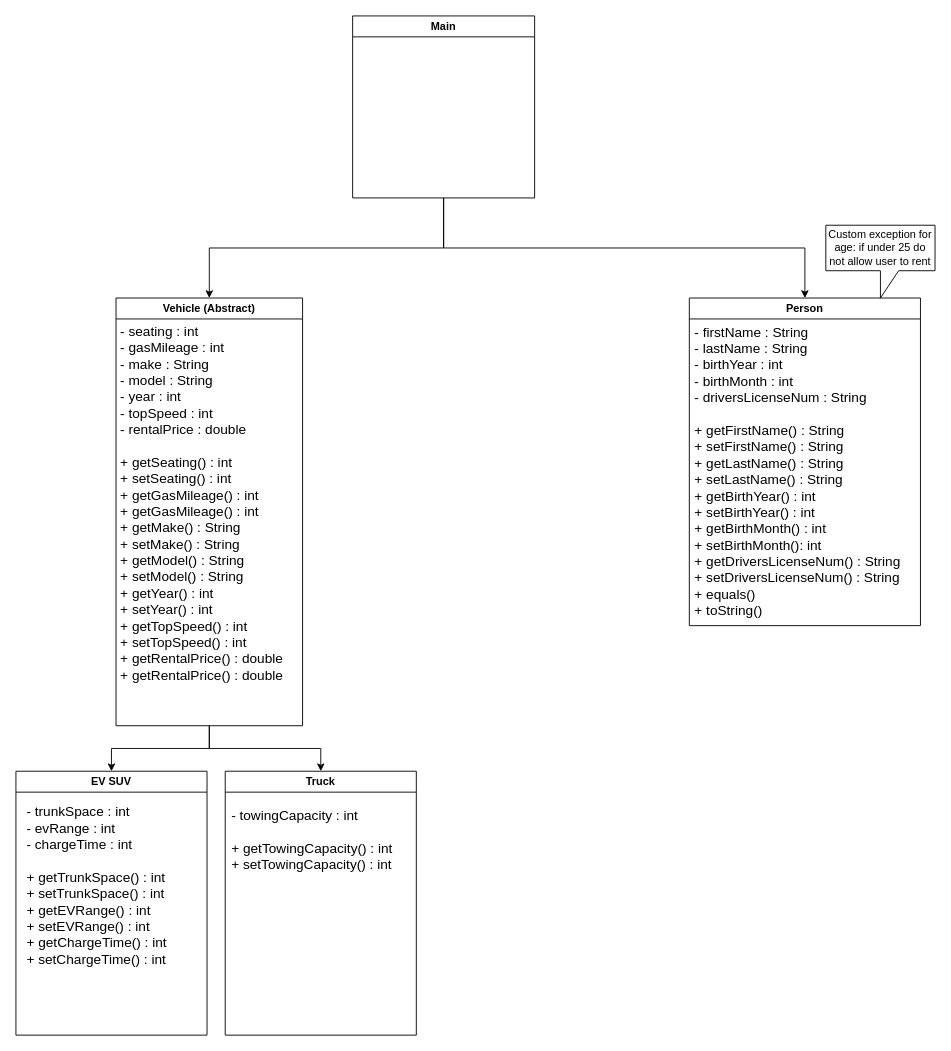
Above: UML UD1.drawio in CS112-2564-Fall2024/ud1-usb-4-0 (draw.io), before the change. Source tidied: cells renumbered, new cells numbered last; positions are measured from the earlier drawing's top-left corner, leaving out a move shared by most shapes. Both pictures are drawn from the tidied source at 91%, with x=0, y=0 at pixel (15, 15).
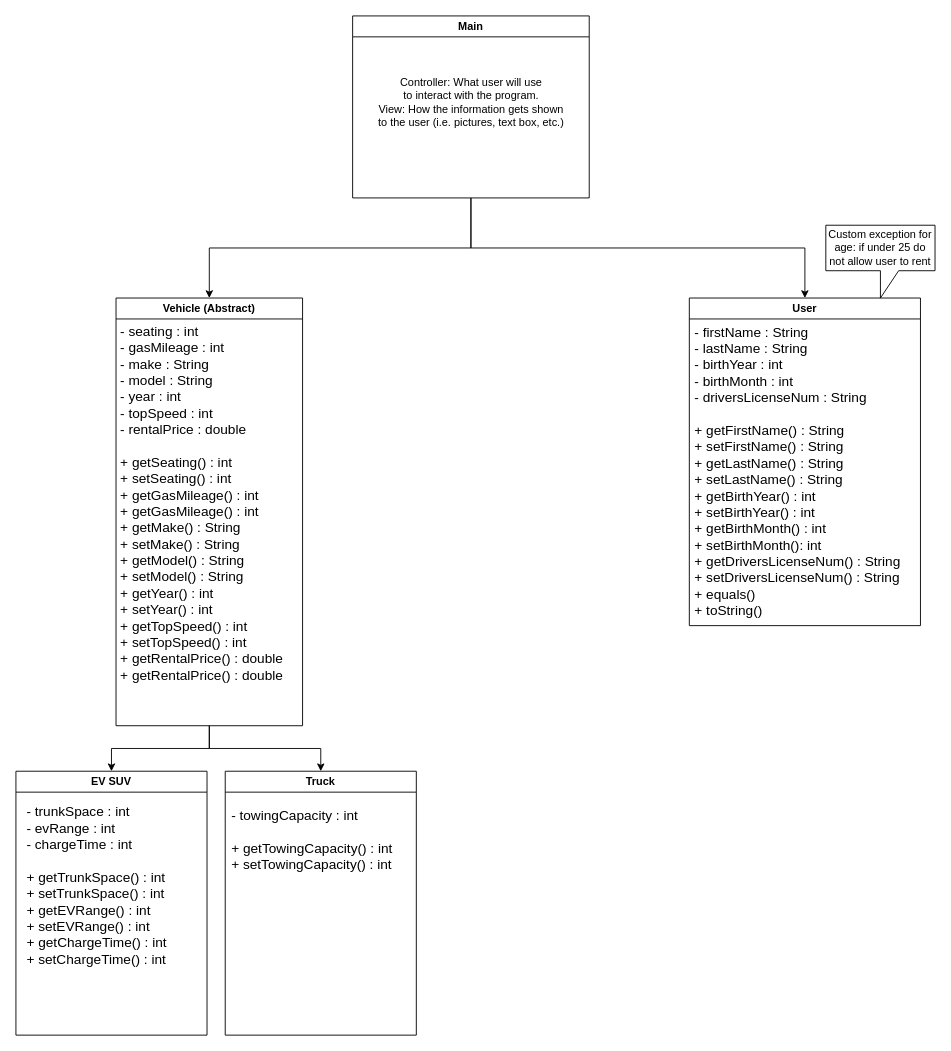
Above is the later version.

What changed in the source:
```diff
@@
 <mxGraphModel>
   <root>
     <mxCell id="0" />
     <mxCell id="1" parent="0" />
     <mxCell id="2" style="edgeStyle=orthogonalEdgeStyle;rounded=0;jettySize=auto;html=1;entryX=0.5;entryY=0;entryDx=0;entryDy=0;" parent="1" edge="1" source="4" target="10">
       <mxGeometry relative="1" as="geometry" />
     </mxCell>
     <mxCell id="3" style="edgeStyle=orthogonalEdgeStyle;rounded=0;jettySize=auto;html=1;entryX=0.5;entryY=0;entryDx=0;entryDy=0;exitX=0.5;exitY=1;exitDx=0;exitDy=0;" parent="1" edge="1" source="4" target="8">
       <mxGeometry relative="1" as="geometry" />
     </mxCell>
     <mxCell id="4" value="Vehicle (Abstract)" style="swimlane;whiteSpace=wrap;html=1;" parent="1" vertex="1">
       <mxGeometry x="110" y="310" width="205" height="470" as="geometry" />
     </mxCell>
     <mxCell id="5" value="&lt;font style=&quot;font-size: 15px;&quot;&gt;- seating : int&lt;/font&gt;&lt;div style=&quot;font-size: 15px;&quot;&gt;&lt;font style=&quot;font-size: 15px;&quot;&gt;- gasMileage : int&lt;/font&gt;&lt;/div&gt;&lt;div style=&quot;font-size: 15px;&quot;&gt;&lt;font style=&quot;font-size: 15px;&quot;&gt;- make : String&lt;/font&gt;&lt;/div&gt;&lt;div style=&quot;font-size: 15px;&quot;&gt;&lt;font style=&quot;font-size: 15px;&quot;&gt;- model : String&lt;/font&gt;&lt;/div&gt;&lt;div style=&quot;font-size: 15px;&quot;&gt;&lt;font style=&quot;font-size: 15px;&quot;&gt;- year : int&lt;/font&gt;&lt;/div&gt;&lt;div style=&quot;font-size: 15px;&quot;&gt;&lt;font style=&quot;font-size: 15px;&quot;&gt;- topSpeed : int&lt;/font&gt;&lt;/div&gt;&lt;div style=&quot;font-size: 15px;&quot;&gt;&lt;font style=&quot;font-size: 15px;&quot;&gt;- rentalPrice : double&lt;/font&gt;&lt;/div&gt;&lt;div style=&quot;font-size: 15px;&quot;&gt;&lt;font style=&quot;font-size: 15px;&quot;&gt;&lt;br&gt;&lt;/font&gt;&lt;/div&gt;&lt;div style=&quot;font-size: 15px;&quot;&gt;&lt;font style=&quot;font-size: 15px;&quot;&gt;&lt;div&gt;+ getSeating() : int&lt;/div&gt;&lt;div&gt;+ setSeating() : int&lt;/div&gt;&lt;div&gt;+ getGasMileage() : int&lt;/div&gt;&lt;div&gt;+ getGasMileage() : int&lt;/div&gt;&lt;div&gt;+ getMake() : String&lt;/div&gt;&lt;div&gt;+ setMake() : String&lt;/div&gt;&lt;div&gt;+ getModel() : String&lt;/div&gt;&lt;div&gt;+ setModel() : String&lt;/div&gt;&lt;div&gt;+ getYear() :&amp;nbsp;int&lt;/div&gt;&lt;div&gt;+ setYear() : int&lt;/div&gt;&lt;div&gt;+ getTopSpeed() : int&lt;/div&gt;&lt;div&gt;+ setTopSpeed() : int&lt;/div&gt;&lt;div&gt;+ getRentalPrice() : double&lt;/div&gt;&lt;div&gt;+ getRentalPrice() : double&lt;/div&gt;&lt;/font&gt;&lt;/div&gt;" style="text;html=1;align=left;verticalAlign=middle;strokeColor=none;fillColor=none;" parent="4" vertex="1">
       <mxGeometry x="2.5" y="20" width="200" height="410" as="geometry" />
     </mxCell>
-    <mxCell id="6" value="Person" style="swimlane;whiteSpace=wrap;html=1;" parent="1" vertex="1">
+    <mxCell id="6" value="User" style="swimlane;whiteSpace=wrap;html=1;" parent="1" vertex="1">
       <mxGeometry x="740" y="310" width="254" height="360" as="geometry" />
     </mxCell>
     <mxCell id="7" value="&lt;span style=&quot;font-size: 15px;&quot;&gt;- firstName : String&lt;/span&gt;&lt;div&gt;&lt;span style=&quot;font-size: 15px;&quot;&gt;- lastName : String&lt;/span&gt;&lt;/div&gt;&lt;div&gt;&lt;span style=&quot;font-size: 15px;&quot;&gt;- birthYear : int&lt;/span&gt;&lt;/div&gt;&lt;div&gt;&lt;span style=&quot;font-size: 15px;&quot;&gt;- birthMonth : int&lt;/span&gt;&lt;/div&gt;&lt;div&gt;&lt;span style=&quot;font-size: 15px; background-color: initial;&quot;&gt;- driversLicenseNum : String&lt;/span&gt;&lt;/div&gt;&lt;div&gt;&lt;span style=&quot;font-size: 15px;&quot;&gt;&lt;br&gt;&lt;/span&gt;&lt;/div&gt;&lt;div&gt;&lt;span style=&quot;font-size: 15px;&quot;&gt;+ getFirstName() : String&lt;/span&gt;&lt;/div&gt;&lt;div&gt;&lt;span style=&quot;font-size: 15px;&quot;&gt;+ setFirstName() : String&lt;/span&gt;&lt;/div&gt;&lt;div&gt;&lt;span style=&quot;font-size: 15px;&quot;&gt;+ getLastName() : String&lt;/span&gt;&lt;/div&gt;&lt;div&gt;&lt;span style=&quot;font-size: 15px;&quot;&gt;+ setLastName() : String&lt;/span&gt;&lt;/div&gt;&lt;div&gt;&lt;span style=&quot;font-size: 15px;&quot;&gt;+ getBirthYear() : int&lt;/span&gt;&lt;/div&gt;&lt;div&gt;&lt;span style=&quot;font-size: 15px;&quot;&gt;+ setBirthYear() : int&lt;/span&gt;&lt;/div&gt;&lt;div&gt;&lt;span style=&quot;font-size: 15px;&quot;&gt;+ getBirthMonth() : int&lt;/span&gt;&lt;/div&gt;&lt;div&gt;&lt;span style=&quot;font-size: 15px;&quot;&gt;+ setBirthMonth(): int&lt;/span&gt;&lt;/div&gt;&lt;div&gt;&lt;span style=&quot;font-size: 15px;&quot;&gt;+ getDriversLicenseNum() : String&lt;/span&gt;&lt;/div&gt;&lt;div&gt;&lt;span style=&quot;font-size: 15px;&quot;&gt;+ setDriversLicenseNum() : String&lt;/span&gt;&lt;/div&gt;&lt;div&gt;&lt;span style=&quot;font-size: 15px;&quot;&gt;+ equals()&lt;/span&gt;&lt;/div&gt;&lt;div&gt;&lt;span style=&quot;font-size: 15px;&quot;&gt;+ toString()&lt;/span&gt;&lt;/div&gt;" style="text;html=1;align=left;verticalAlign=middle;strokeColor=none;fillColor=none;" parent="6" vertex="1">
       <mxGeometry x="4" y="20" width="250" height="340" as="geometry" />
     </mxCell>
     <mxCell id="8" value="Truck" style="swimlane;whiteSpace=wrap;html=1;" parent="1" vertex="1">
       <mxGeometry x="230" y="830" width="210" height="290" as="geometry" />
     </mxCell>
     <mxCell id="9" value="&lt;div style=&quot;font-size: 15px;&quot;&gt;- towingCapacity : int&lt;/div&gt;&lt;div style=&quot;font-size: 15px;&quot;&gt;&lt;br&gt;&lt;/div&gt;&lt;div style=&quot;font-size: 15px;&quot;&gt;+ getTowingCapacity() : int&lt;/div&gt;&lt;div style=&quot;font-size: 15px;&quot;&gt;+ setTowingCapacity() : int&lt;/div&gt;" style="text;html=1;align=left;verticalAlign=middle;strokeColor=none;fillColor=none;" parent="8" vertex="1">
       <mxGeometry x="4.5" y="30" width="200" height="90" as="geometry" />
     </mxCell>
     <mxCell id="10" value="EV SUV" style="swimlane;whiteSpace=wrap;html=1;" parent="1" vertex="1">
       <mxGeometry y="830" width="210" height="290" as="geometry" />
     </mxCell>
     <mxCell id="11" value="&lt;div style=&quot;font-size: 15px;&quot;&gt;- trunkSpace : int&lt;/div&gt;&lt;div style=&quot;font-size: 15px;&quot;&gt;&lt;div&gt;- evRange : int&lt;/div&gt;&lt;div&gt;- chargeTime : int&lt;/div&gt;&lt;div&gt;&lt;br&gt;&lt;/div&gt;&lt;div&gt;+ getTrunkSpace() : int&lt;/div&gt;&lt;div&gt;+ setTrunkSpace() : int&lt;/div&gt;&lt;div&gt;+ getEVRange() : int&lt;/div&gt;&lt;div&gt;+ setEVRange() : int&lt;/div&gt;&lt;div&gt;+ getChargeTime() : int&lt;/div&gt;&lt;div&gt;+ setChargeTime() : int&lt;/div&gt;&lt;/div&gt;" style="text;html=1;align=left;verticalAlign=middle;strokeColor=none;fillColor=none;" parent="10" vertex="1">
       <mxGeometry x="10" y="30" width="180" height="190" as="geometry" />
     </mxCell>
     <mxCell id="12" style="edgeStyle=orthogonalEdgeStyle;rounded=0;jettySize=auto;html=1;entryX=0.5;entryY=0;entryDx=0;entryDy=0;exitX=0.5;exitY=1;exitDx=0;exitDy=0;" parent="1" edge="1" source="14" target="4">
       <mxGeometry relative="1" as="geometry" />
     </mxCell>
     <mxCell id="13" style="edgeStyle=orthogonalEdgeStyle;rounded=0;jettySize=auto;html=1;entryX=0.5;entryY=0;entryDx=0;entryDy=0;exitX=0.5;exitY=1;exitDx=0;exitDy=0;" parent="1" edge="1" source="14" target="6">
       <mxGeometry relative="1" as="geometry" />
     </mxCell>
     <mxCell id="14" value="Main" style="swimlane;whiteSpace=wrap;html=1;" parent="1" vertex="1">
-      <mxGeometry x="370" width="200" height="200" as="geometry" />
+      <mxGeometry x="370" width="260" height="200" as="geometry" />
     </mxCell>
+    <mxCell id="16" value="Controller: What user will use&lt;div&gt;to&amp;nbsp;&lt;span style=&quot;background-color: initial;&quot;&gt;interact with the program.&lt;/span&gt;&lt;div&gt;&lt;div&gt;&lt;div&gt;&lt;div&gt;&lt;div&gt;View: How the information gets shown&lt;/div&gt;&lt;div&gt;to the user (i.e. pictures, text box, etc.)&lt;/div&gt;&lt;/div&gt;&lt;/div&gt;&lt;/div&gt;&lt;/div&gt;&lt;/div&gt;" style="text;html=1;align=center;verticalAlign=middle;strokeColor=none;fillColor=none;" parent="14" vertex="1">
+      <mxGeometry x="15" y="60" width="230" height="70" as="geometry" />
+    </mxCell>
     <mxCell id="15" value="Custom exception for age: if under 25 do not allow user to rent" style="shape=callout;whiteSpace=wrap;html=1;perimeter=calloutPerimeter;" parent="1" vertex="1">
       <mxGeometry x="890" y="230" width="120" height="80" as="geometry" />
     </mxCell>
   </root>
 </mxGraphModel>
```
